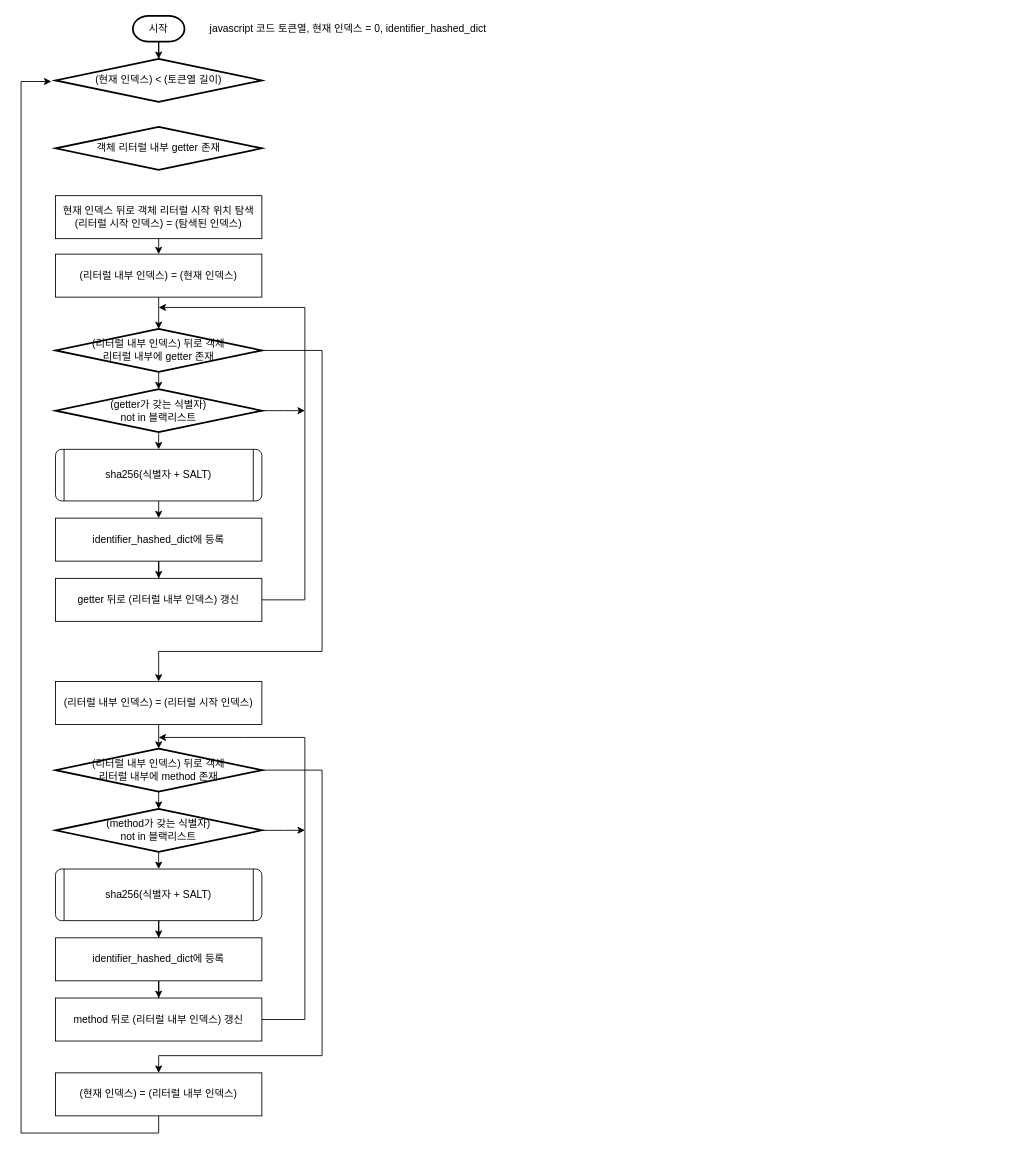
Above: obfuscator.drawio in Choi-Suhyeon/ulangCompiler (draw.io), before the change. Source tidied: cells renumbered, new cells numbered last; positions are measured from the earlier drawing's top-left corner, leaving out a move shared by most shapes. Both pictures are drawn from the tidied source at 86%, with x=0, y=0 at pixel (21, 15).
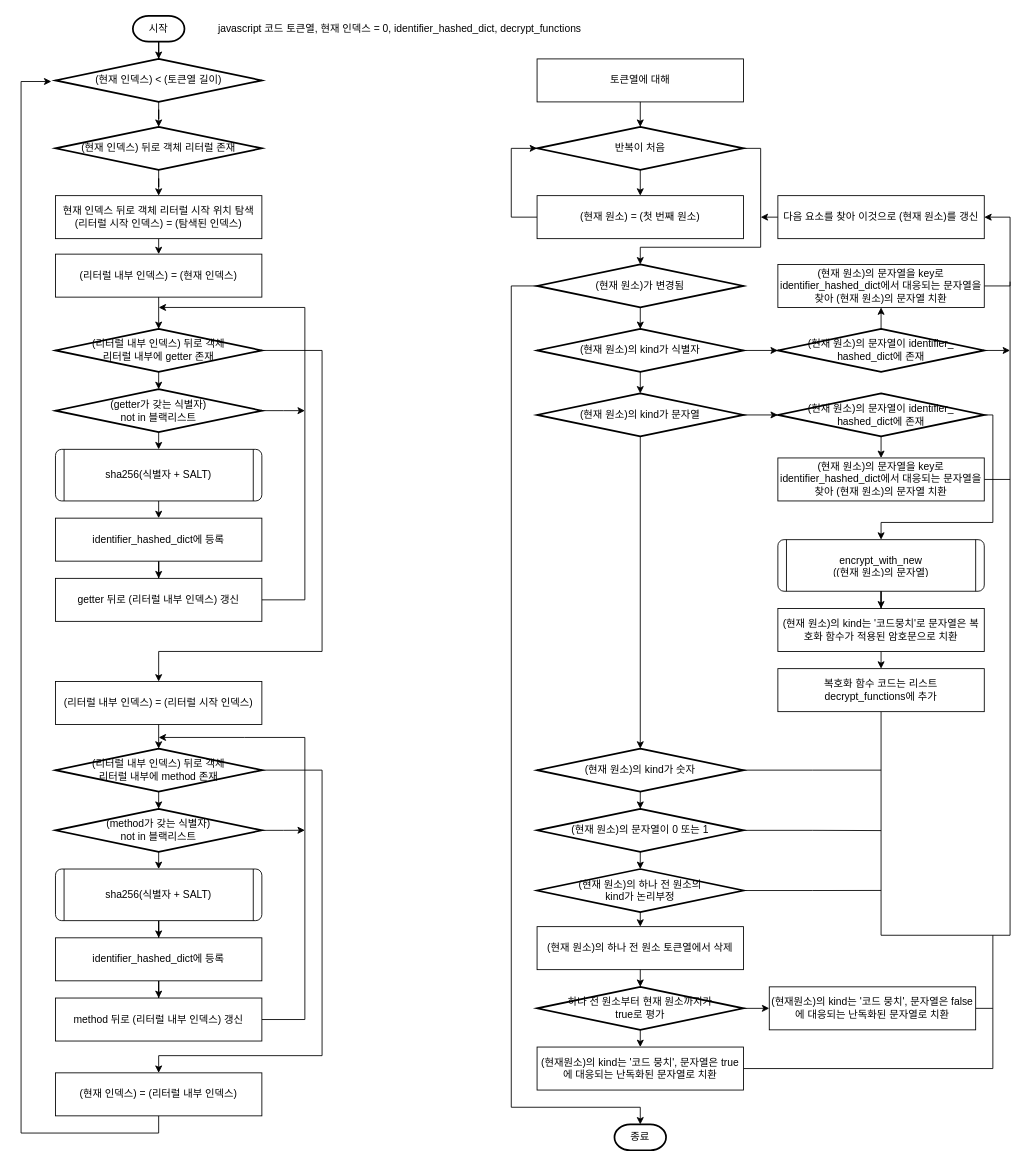
The same page after the edit.

Unchanged cells that the change refers to:
```xml
<mxCell id="6" value="현재 인덱스 뒤로 객체 리터럴 시작 위치 탐색&lt;br&gt;(리터럴 시작 인덱스) = (탐색된 인덱스)" style="rounded=0;whiteSpace=wrap;html=1;" parent="1" vertex="1">
  <mxGeometry x="40" y="209" width="240" height="50" as="geometry" />
</mxCell>
<mxCell id="7" value="(현재 인덱스) &amp;lt; (토큰열 길이)" style="strokeWidth=2;html=1;shape=mxgraph.flowchart.decision;whiteSpace=wrap;" parent="1" vertex="1">
  <mxGeometry x="40" y="50" width="240" height="50" as="geometry" />
</mxCell>
```

Change to the diagram source:
```diff
@@
-    <mxCell id="4" value="javascript 코드 토큰열, 현재 인덱스 = 0, identifier_hashed_dict" style="text;html=1;align=center;verticalAlign=middle;strokeColor=none;fillColor=none;" parent="1" vertex="1">
-      <mxGeometry x="210" width="340" height="30" as="geometry" />
+    <mxCell id="4" value="javascript 코드 토큰열, 현재 인덱스 = 0, identifier_hashed_dict, decrypt_functions" style="text;html=1;align=center;verticalAlign=middle;strokeColor=none;fillColor=none;" parent="1" vertex="1">
+      <mxGeometry x="220" width="440" height="30" as="geometry" />
     </mxCell>
@@
+    <mxCell id="41" style="edgeStyle=orthogonalEdgeStyle;rounded=0;jettySize=auto;html=1;exitX=0.5;exitY=1;exitDx=0;exitDy=0;exitPerimeter=0;" parent="1" edge="1" source="7" target="40">
+      <mxGeometry relative="1" as="geometry" />
+    </mxCell>
@@
+    <mxCell id="42" style="edgeStyle=orthogonalEdgeStyle;rounded=0;jettySize=auto;html=1;exitX=0.5;exitY=1;exitDx=0;exitDy=0;exitPerimeter=0;" parent="1" edge="1" source="40" target="6">
+      <mxGeometry relative="1" as="geometry" />
+    </mxCell>
-    <mxCell id="40" value="객체 리터럴 내부 getter 존재" style="strokeWidth=2;html=1;shape=mxgraph.flowchart.decision;whiteSpace=wrap;" parent="1" vertex="1">
+    <mxCell id="40" value="(현재 인덱스) 뒤로 객체 리터럴 존재" style="strokeWidth=2;html=1;shape=mxgraph.flowchart.decision;whiteSpace=wrap;" parent="1" vertex="1">
       <mxGeometry x="40" y="129" width="240" height="50" as="geometry" />
     </mxCell>
+    <mxCell id="43" value="토큰열에 대해" style="rounded=0;whiteSpace=wrap;html=1;" parent="1" vertex="1">
+      <mxGeometry x="600" y="50" width="240" height="50" as="geometry" />
+    </mxCell>
+    <mxCell id="44" style="edgeStyle=orthogonalEdgeStyle;rounded=0;jettySize=auto;html=1;exitX=0.5;exitY=1;exitDx=0;exitDy=0;exitPerimeter=0;entryX=0.5;entryY=0;entryDx=0;entryDy=0;" parent="1" edge="1" source="46" target="48">
+      <mxGeometry relative="1" as="geometry" />
+    </mxCell>
+    <mxCell id="45" style="edgeStyle=orthogonalEdgeStyle;rounded=0;jettySize=auto;html=1;exitX=1;exitY=0.5;exitDx=0;exitDy=0;exitPerimeter=0;entryX=0.5;entryY=0;entryDx=0;entryDy=0;entryPerimeter=0;" parent="1" edge="1" source="46" target="51">
+      <mxGeometry relative="1" as="geometry">
+        <Array as="points">
+          <mxPoint x="860" y="154" />
+          <mxPoint x="860" y="269" />
+          <mxPoint x="720" y="269" />
+        </Array>
+      </mxGeometry>
+    </mxCell>
+    <mxCell id="46" value="반복이 처음" style="strokeWidth=2;html=1;shape=mxgraph.flowchart.decision;whiteSpace=wrap;" parent="1" vertex="1">
+      <mxGeometry x="600" y="129" width="240" height="50" as="geometry" />
+    </mxCell>
+    <mxCell id="47" style="edgeStyle=orthogonalEdgeStyle;rounded=0;jettySize=auto;html=1;exitX=0;exitY=0.5;exitDx=0;exitDy=0;entryX=0;entryY=0.5;entryDx=0;entryDy=0;entryPerimeter=0;" parent="1" edge="1" source="48" target="46">
+      <mxGeometry relative="1" as="geometry">
+        <Array as="points">
+          <mxPoint x="570" y="234" />
+          <mxPoint x="570" y="154" />
+        </Array>
+      </mxGeometry>
+    </mxCell>
+    <mxCell id="48" value="(현재 원소) = (첫 번째 원소)" style="rounded=0;whiteSpace=wrap;html=1;" parent="1" vertex="1">
+      <mxGeometry x="600" y="209" width="240" height="50" as="geometry" />
+    </mxCell>
+    <mxCell id="49" style="edgeStyle=orthogonalEdgeStyle;rounded=0;jettySize=auto;html=1;exitX=0.5;exitY=1;exitDx=0;exitDy=0;entryX=0.5;entryY=0;entryDx=0;entryDy=0;entryPerimeter=0;" parent="1" edge="1" source="43" target="46">
+      <mxGeometry relative="1" as="geometry" />
+    </mxCell>
+    <mxCell id="50" style="edgeStyle=orthogonalEdgeStyle;rounded=0;jettySize=auto;html=1;exitX=0;exitY=0.5;exitDx=0;exitDy=0;exitPerimeter=0;entryX=0.5;entryY=0;entryDx=0;entryDy=0;entryPerimeter=0;" parent="1" edge="1" source="51" target="96">
+      <mxGeometry relative="1" as="geometry">
+        <Array as="points">
+          <mxPoint x="570" y="314" />
+          <mxPoint x="570" y="1269" />
+          <mxPoint x="720" y="1269" />
+        </Array>
+      </mxGeometry>
+    </mxCell>
+    <mxCell id="51" value="(현재 원소)가 변경됨" style="strokeWidth=2;html=1;shape=mxgraph.flowchart.decision;whiteSpace=wrap;" parent="1" vertex="1">
+      <mxGeometry x="600" y="289" width="240" height="50" as="geometry" />
+    </mxCell>
+    <mxCell id="52" value="(현재 원소)의 kind가 식별자" style="strokeWidth=2;html=1;shape=mxgraph.flowchart.decision;whiteSpace=wrap;" parent="1" vertex="1">
+      <mxGeometry x="600" y="364" width="240" height="50" as="geometry" />
+    </mxCell>
+    <mxCell id="53" style="edgeStyle=orthogonalEdgeStyle;rounded=0;jettySize=auto;html=1;exitX=0.5;exitY=0;exitDx=0;exitDy=0;exitPerimeter=0;entryX=0.5;entryY=1;entryDx=0;entryDy=0;" parent="1" edge="1" source="55" target="59">
+      <mxGeometry relative="1" as="geometry" />
+    </mxCell>
+    <mxCell id="54" style="edgeStyle=orthogonalEdgeStyle;rounded=0;jettySize=auto;html=1;exitX=1;exitY=0.5;exitDx=0;exitDy=0;exitPerimeter=0;" parent="1" edge="1" source="55">
+      <mxGeometry relative="1" as="geometry">
+        <mxPoint x="1150" y="389.3" as="targetPoint" />
+      </mxGeometry>
+    </mxCell>
+    <mxCell id="55" value="(현재 원소)의 문자열이 identifier_&lt;br&gt;hashed_dict에 존재" style="strokeWidth=2;html=1;shape=mxgraph.flowchart.decision;whiteSpace=wrap;" parent="1" vertex="1">
+      <mxGeometry x="880" y="364" width="240" height="50" as="geometry" />
+    </mxCell>
+    <mxCell id="56" style="edgeStyle=orthogonalEdgeStyle;rounded=0;jettySize=auto;html=1;exitX=0.5;exitY=1;exitDx=0;exitDy=0;exitPerimeter=0;entryX=0.5;entryY=0;entryDx=0;entryDy=0;entryPerimeter=0;" parent="1" edge="1" source="51" target="52">
+      <mxGeometry relative="1" as="geometry" />
+    </mxCell>
+    <mxCell id="57" style="edgeStyle=orthogonalEdgeStyle;rounded=0;jettySize=auto;html=1;exitX=1;exitY=0.5;exitDx=0;exitDy=0;exitPerimeter=0;entryX=0;entryY=0.5;entryDx=0;entryDy=0;entryPerimeter=0;" parent="1" edge="1" source="52" target="55">
+      <mxGeometry relative="1" as="geometry" />
+    </mxCell>
+    <mxCell id="58" style="edgeStyle=orthogonalEdgeStyle;rounded=0;jettySize=auto;html=1;exitX=1;exitY=0.5;exitDx=0;exitDy=0;entryX=1;entryY=0.5;entryDx=0;entryDy=0;" parent="1" edge="1" source="59" target="95">
+      <mxGeometry relative="1" as="geometry">
+        <Array as="points">
+          <mxPoint x="1150" y="314" />
+          <mxPoint x="1150" y="234" />
+        </Array>
+      </mxGeometry>
+    </mxCell>
+    <mxCell id="59" value="(현재 원소)의 문자열을 key로 identifier_hashed_dict에서 대응되는 문자열을 찾아 (현재 원소)의 문자열 치환" style="rounded=0;whiteSpace=wrap;html=1;" parent="1" vertex="1">
+      <mxGeometry x="880" y="289" width="240" height="50" as="geometry" />
+    </mxCell>
+    <mxCell id="60" value="(현재 원소)의 kind가 문자열" style="strokeWidth=2;html=1;shape=mxgraph.flowchart.decision;whiteSpace=wrap;" parent="1" vertex="1">
+      <mxGeometry x="600" y="439" width="240" height="50" as="geometry" />
+    </mxCell>
+    <mxCell id="61" style="edgeStyle=orthogonalEdgeStyle;rounded=0;jettySize=auto;html=1;exitX=0.5;exitY=1;exitDx=0;exitDy=0;exitPerimeter=0;entryX=0.5;entryY=0;entryDx=0;entryDy=0;" parent="1" edge="1" source="63" target="66">
+      <mxGeometry relative="1" as="geometry" />
+    </mxCell>
+    <mxCell id="62" style="edgeStyle=orthogonalEdgeStyle;rounded=0;jettySize=auto;html=1;exitX=1;exitY=0.5;exitDx=0;exitDy=0;exitPerimeter=0;entryX=0.5;entryY=0;entryDx=0;entryDy=0;" parent="1" edge="1" source="63" target="68">
+      <mxGeometry relative="1" as="geometry">
+        <Array as="points">
+          <mxPoint x="1130" y="464" />
+          <mxPoint x="1130" y="589" />
+          <mxPoint x="1000" y="589" />
+        </Array>
+      </mxGeometry>
+    </mxCell>
+    <mxCell id="63" value="(현재 원소)의 문자열이 identifier_&lt;br&gt;hashed_dict에 존재" style="strokeWidth=2;html=1;shape=mxgraph.flowchart.decision;whiteSpace=wrap;" parent="1" vertex="1">
+      <mxGeometry x="880" y="439" width="240" height="50" as="geometry" />
+    </mxCell>
+    <mxCell id="64" style="edgeStyle=orthogonalEdgeStyle;rounded=0;jettySize=auto;html=1;exitX=1;exitY=0.5;exitDx=0;exitDy=0;exitPerimeter=0;entryX=0;entryY=0.5;entryDx=0;entryDy=0;entryPerimeter=0;" parent="1" edge="1" source="60" target="63">
+      <mxGeometry relative="1" as="geometry" />
+    </mxCell>
+    <mxCell id="65" style="edgeStyle=orthogonalEdgeStyle;rounded=0;jettySize=auto;html=1;exitX=1;exitY=0.5;exitDx=0;exitDy=0;endArrow=none;endFill=0;" parent="1" edge="1" source="66">
+      <mxGeometry relative="1" as="geometry">
+        <mxPoint x="1150" y="539" as="targetPoint" />
+      </mxGeometry>
+    </mxCell>
+    <mxCell id="66" value="(현재 원소)의 문자열을 key로 identifier_hashed_dict에서 대응되는 문자열을 찾아 (현재 원소)의 문자열 치환" style="rounded=0;whiteSpace=wrap;html=1;" parent="1" vertex="1">
+      <mxGeometry x="880" y="514" width="240" height="50" as="geometry" />
+    </mxCell>
+    <mxCell id="67" style="group;" parent="1" vertex="1">
+      <mxGeometry x="880" y="609" width="240" height="60" as="geometry" />
+    </mxCell>
+    <mxCell id="68" style="verticalLabelPosition=bottom;verticalAlign=top;html=1;shape=process;whiteSpace=wrap;rounded=1;size=0.041666666666666664;arcSize=12;" parent="67" vertex="1">
+      <mxGeometry width="240" height="60" as="geometry" />
+    </mxCell>
+    <mxCell id="69" value="encrypt_with_new&lt;br&gt;((현재 원소)의 문자열)" style="text;strokeColor=none;fillColor=none;align=center;verticalAlign=middle;spacingLeft=4;spacingRight=4;overflow=hidden;whiteSpace=wrap;html=1;" parent="67" vertex="1">
+      <mxGeometry x="20" y="15" width="200" height="30" as="geometry" />
+    </mxCell>
+    <mxCell id="70" style="edgeStyle=orthogonalEdgeStyle;rounded=0;jettySize=auto;html=1;exitX=0.5;exitY=1;exitDx=0;exitDy=0;entryX=0.5;entryY=0;entryDx=0;entryDy=0;" parent="1" edge="1" source="71" target="74">
+      <mxGeometry relative="1" as="geometry" />
+    </mxCell>
+    <mxCell id="71" value="(현재 원소)의 kind는 '코드뭉치'로 문자열은 복호화 함수가 적용된 암호문으로 치환" style="rounded=0;whiteSpace=wrap;html=1;" parent="1" vertex="1">
+      <mxGeometry x="880" y="689" width="240" height="50" as="geometry" />
+    </mxCell>
+    <mxCell id="72" style="edgeStyle=orthogonalEdgeStyle;rounded=0;jettySize=auto;html=1;exitX=0.5;exitY=1;exitDx=0;exitDy=0;" parent="1" edge="1" source="68" target="71">
+      <mxGeometry relative="1" as="geometry" />
+    </mxCell>
+    <mxCell id="73" style="edgeStyle=orthogonalEdgeStyle;rounded=0;jettySize=auto;html=1;exitX=0.5;exitY=1;exitDx=0;exitDy=0;endArrow=none;endFill=0;" parent="1" edge="1" source="74">
+      <mxGeometry relative="1" as="geometry">
+        <mxPoint x="1150" y="309" as="targetPoint" />
+        <Array as="points">
+          <mxPoint x="1000" y="1069" />
+          <mxPoint x="1150" y="1069" />
+        </Array>
+      </mxGeometry>
+    </mxCell>
+    <mxCell id="74" value="복호화 함수 코드는 리스트 &lt;br&gt;decrypt_functions에 추가" style="rounded=0;whiteSpace=wrap;html=1;" parent="1" vertex="1">
+      <mxGeometry x="880" y="759" width="240" height="50" as="geometry" />
+    </mxCell>
+    <mxCell id="75" style="edgeStyle=orthogonalEdgeStyle;rounded=0;jettySize=auto;html=1;exitX=1;exitY=0.5;exitDx=0;exitDy=0;exitPerimeter=0;endArrow=none;endFill=0;" parent="1" edge="1" source="76">
+      <mxGeometry relative="1" as="geometry">
+        <mxPoint x="1000" y="877" as="targetPoint" />
+      </mxGeometry>
+    </mxCell>
+    <mxCell id="76" value="(현재 원소)의 kind가 숫자" style="strokeWidth=2;html=1;shape=mxgraph.flowchart.decision;whiteSpace=wrap;" parent="1" vertex="1">
+      <mxGeometry x="600" y="852" width="240" height="50" as="geometry" />
+    </mxCell>
+    <mxCell id="77" style="edgeStyle=orthogonalEdgeStyle;rounded=0;jettySize=auto;html=1;exitX=1;exitY=0.5;exitDx=0;exitDy=0;exitPerimeter=0;endArrow=none;endFill=0;" parent="1" edge="1" source="78">
+      <mxGeometry relative="1" as="geometry">
+        <mxPoint x="1000" y="947.3" as="targetPoint" />
+      </mxGeometry>
+    </mxCell>
+    <mxCell id="78" value="(현재 원소)의 문자열이 0 또는 1" style="strokeWidth=2;html=1;shape=mxgraph.flowchart.decision;whiteSpace=wrap;" parent="1" vertex="1">
+      <mxGeometry x="600" y="922" width="240" height="50" as="geometry" />
+    </mxCell>
+    <mxCell id="79" style="edgeStyle=orthogonalEdgeStyle;rounded=0;jettySize=auto;html=1;exitX=0.5;exitY=1;exitDx=0;exitDy=0;exitPerimeter=0;entryX=0.5;entryY=0;entryDx=0;entryDy=0;" parent="1" edge="1" source="81" target="82">
+      <mxGeometry relative="1" as="geometry" />
+    </mxCell>
+    <mxCell id="80" style="edgeStyle=orthogonalEdgeStyle;rounded=0;jettySize=auto;html=1;exitX=1;exitY=0.5;exitDx=0;exitDy=0;exitPerimeter=0;endArrow=none;endFill=0;" parent="1" edge="1" source="81">
+      <mxGeometry relative="1" as="geometry">
+        <mxPoint x="1000" y="1016.9" as="targetPoint" />
+      </mxGeometry>
+    </mxCell>
+    <mxCell id="81" value="(현재 원소)의 하나 전 원소의 &lt;br&gt;kind가 논리부정" style="strokeWidth=2;html=1;shape=mxgraph.flowchart.decision;whiteSpace=wrap;" parent="1" vertex="1">
+      <mxGeometry x="600" y="992" width="240" height="50" as="geometry" />
+    </mxCell>
+    <mxCell id="82" value="(현재 원소)의 하나 전 원소 토큰열에서 삭제" style="rounded=0;whiteSpace=wrap;html=1;" parent="1" vertex="1">
+      <mxGeometry x="600" y="1059" width="240" height="50" as="geometry" />
+    </mxCell>
+    <mxCell id="83" style="edgeStyle=orthogonalEdgeStyle;rounded=0;jettySize=auto;html=1;exitX=1;exitY=0.5;exitDx=0;exitDy=0;exitPerimeter=0;entryX=0;entryY=0.5;entryDx=0;entryDy=0;" parent="1" edge="1" source="85" target="89">
+      <mxGeometry relative="1" as="geometry" />
+    </mxCell>
+    <mxCell id="84" style="edgeStyle=orthogonalEdgeStyle;rounded=0;jettySize=auto;html=1;exitX=0.5;exitY=1;exitDx=0;exitDy=0;exitPerimeter=0;entryX=0.5;entryY=0;entryDx=0;entryDy=0;" parent="1" edge="1" source="85" target="87">
+      <mxGeometry relative="1" as="geometry" />
+    </mxCell>
+    <mxCell id="85" value="하나 전 원소부터 현재 원소까지가&lt;br&gt;true로 평가" style="strokeWidth=2;html=1;shape=mxgraph.flowchart.decision;whiteSpace=wrap;" parent="1" vertex="1">
+      <mxGeometry x="600" y="1129" width="240" height="50" as="geometry" />
+    </mxCell>
+    <mxCell id="86" style="edgeStyle=orthogonalEdgeStyle;rounded=0;jettySize=auto;html=1;exitX=1;exitY=0.5;exitDx=0;exitDy=0;endArrow=none;endFill=0;" parent="1" edge="1" source="87">
+      <mxGeometry relative="1" as="geometry">
+        <mxPoint x="1130" y="1069" as="targetPoint" />
+        <Array as="points">
+          <mxPoint x="1130" y="1224" />
+          <mxPoint x="1130" y="1069" />
+        </Array>
+      </mxGeometry>
+    </mxCell>
+    <mxCell id="87" value="(현재원소)의 kind는 '코드 뭉치', 문자열은 true에 대응되는 난독화된 문자열로 치환" style="rounded=0;whiteSpace=wrap;html=1;" parent="1" vertex="1">
+      <mxGeometry x="600" y="1199" width="240" height="50" as="geometry" />
+    </mxCell>
+    <mxCell id="88" style="edgeStyle=orthogonalEdgeStyle;rounded=0;jettySize=auto;html=1;exitX=1;exitY=0.5;exitDx=0;exitDy=0;endArrow=none;endFill=0;" parent="1" edge="1" source="89">
+      <mxGeometry relative="1" as="geometry">
+        <mxPoint x="1130" y="1154.2" as="targetPoint" />
+      </mxGeometry>
+    </mxCell>
+    <mxCell id="89" value="(현재원소)의 kind는 '코드 뭉치', 문자열은 false에 대응되는 난독화된 문자열로 치환" style="rounded=0;whiteSpace=wrap;html=1;" parent="1" vertex="1">
+      <mxGeometry x="870" y="1129" width="240" height="50" as="geometry" />
+    </mxCell>
+    <mxCell id="90" style="edgeStyle=orthogonalEdgeStyle;rounded=0;jettySize=auto;html=1;exitX=0.5;exitY=1;exitDx=0;exitDy=0;exitPerimeter=0;entryX=0.5;entryY=0;entryDx=0;entryDy=0;entryPerimeter=0;" parent="1" edge="1" source="60" target="76">
+      <mxGeometry relative="1" as="geometry" />
+    </mxCell>
+    <mxCell id="91" style="edgeStyle=orthogonalEdgeStyle;rounded=0;jettySize=auto;html=1;exitX=0.5;exitY=1;exitDx=0;exitDy=0;exitPerimeter=0;entryX=0.5;entryY=0;entryDx=0;entryDy=0;entryPerimeter=0;" parent="1" edge="1" source="76" target="78">
+      <mxGeometry relative="1" as="geometry" />
+    </mxCell>
+    <mxCell id="92" style="edgeStyle=orthogonalEdgeStyle;rounded=0;jettySize=auto;html=1;exitX=0.5;exitY=1;exitDx=0;exitDy=0;exitPerimeter=0;entryX=0.5;entryY=0;entryDx=0;entryDy=0;entryPerimeter=0;" parent="1" edge="1" source="78" target="81">
+      <mxGeometry relative="1" as="geometry" />
+    </mxCell>
+    <mxCell id="93" style="edgeStyle=orthogonalEdgeStyle;rounded=0;jettySize=auto;html=1;exitX=0.5;exitY=1;exitDx=0;exitDy=0;entryX=0.5;entryY=0;entryDx=0;entryDy=0;entryPerimeter=0;" parent="1" edge="1" source="82" target="85">
+      <mxGeometry relative="1" as="geometry" />
+    </mxCell>
+    <mxCell id="94" style="edgeStyle=orthogonalEdgeStyle;rounded=0;jettySize=auto;html=1;exitX=0;exitY=0.5;exitDx=0;exitDy=0;" parent="1" edge="1" source="95">
+      <mxGeometry relative="1" as="geometry">
+        <mxPoint x="860" y="234.2" as="targetPoint" />
+      </mxGeometry>
+    </mxCell>
+    <mxCell id="95" value="다음 요소를 찾아 이것으로 (현재 원소)를 갱신" style="rounded=0;whiteSpace=wrap;html=1;" parent="1" vertex="1">
+      <mxGeometry x="880" y="209" width="240" height="50" as="geometry" />
+    </mxCell>
+    <mxCell id="96" value="종료" style="strokeWidth=2;html=1;shape=mxgraph.flowchart.terminator;whiteSpace=wrap;" parent="1" vertex="1">
+      <mxGeometry x="690" y="1289" width="60" height="30" as="geometry" />
+    </mxCell>
+    <mxCell id="97" style="edgeStyle=orthogonalEdgeStyle;rounded=0;jettySize=auto;html=1;exitX=0.5;exitY=1;exitDx=0;exitDy=0;exitPerimeter=0;entryX=0.5;entryY=0;entryDx=0;entryDy=0;entryPerimeter=0;" parent="1" edge="1" source="52" target="60">
+      <mxGeometry relative="1" as="geometry" />
+    </mxCell>
```
